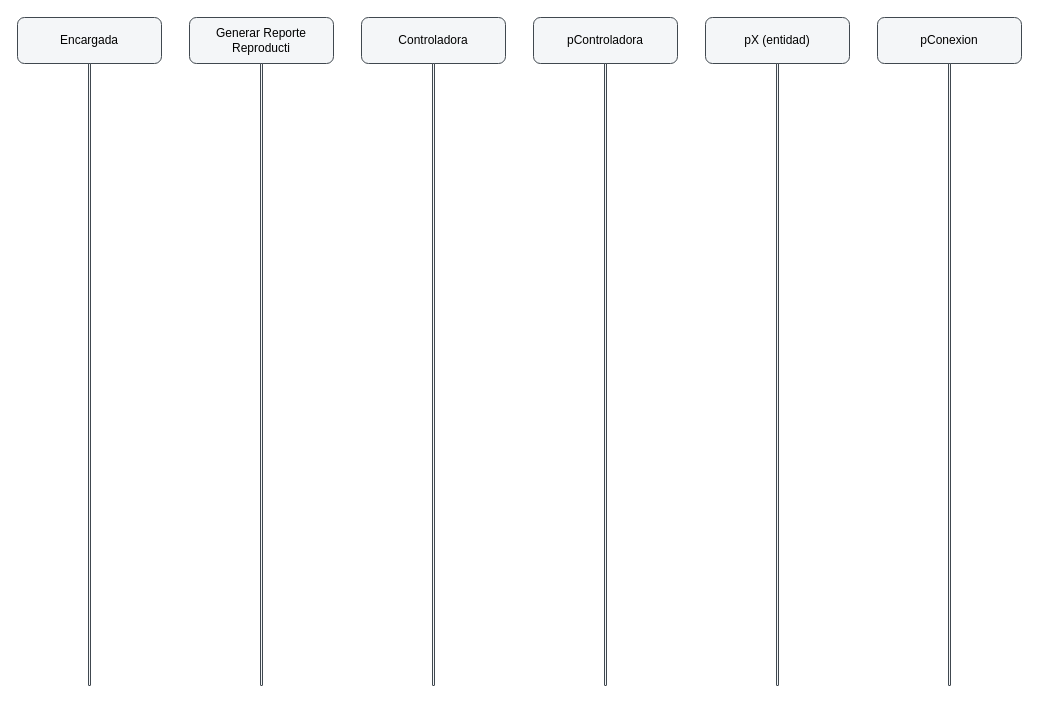
Before: docs/diagramas/secuencia/secuencia-cu46.drawio in santinodelmonte/Tesis, a draw.io diagram. Source tidied: cells renumbered, new cells numbered last; positions are measured from the earlier drawing's top-left corner, leaving out a move shared by most shapes. Both pictures are drawn from the tidied source at 100%, with x=0, y=0 at pixel (17, 17).
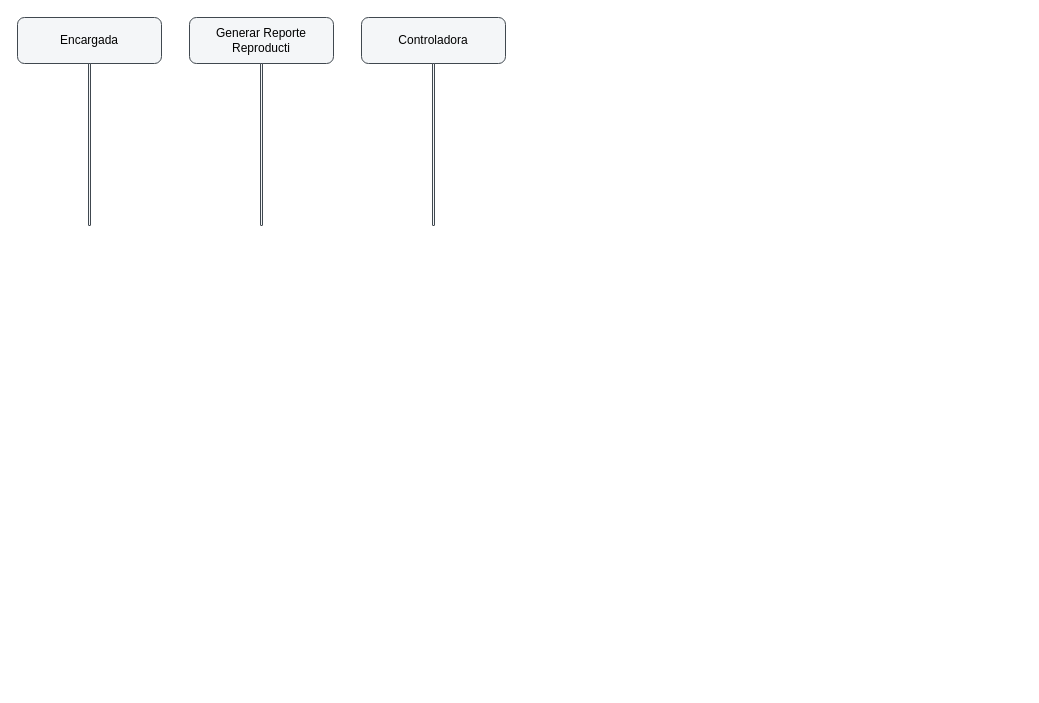
The same diagram, later.

Diff of the diagram source:
```diff
@@
 <mxGraphModel>
   <root>
     <mxCell id="0" />
     <mxCell id="1" parent="0" />
     <mxCell id="2" value="Encargada" style="rounded=1;whiteSpace=wrap;html=1;fillColor=#f4f6f8;strokeColor=#40484f;" parent="1" vertex="1">
       <mxGeometry width="144" height="46" as="geometry" />
     </mxCell>
     <mxCell id="3" style="rounded=1;whiteSpace=wrap;html=1;fillColor=#f4f6f8;strokeColor=#40484f;" parent="1" vertex="1">
-      <mxGeometry x="71" y="46" width="2" height="622" as="geometry" />
+      <mxGeometry x="71" y="46" width="2" height="162" as="geometry" />
     </mxCell>
     <mxCell id="4" value="Generar Reporte Reproducti" style="rounded=1;whiteSpace=wrap;html=1;fillColor=#f4f6f8;strokeColor=#40484f;" parent="1" vertex="1">
       <mxGeometry x="172" width="144" height="46" as="geometry" />
     </mxCell>
     <mxCell id="5" style="rounded=1;whiteSpace=wrap;html=1;fillColor=#f4f6f8;strokeColor=#40484f;" parent="1" vertex="1">
-      <mxGeometry x="243" y="46" width="2" height="622" as="geometry" />
+      <mxGeometry x="243" y="46" width="2" height="162" as="geometry" />
     </mxCell>
     <mxCell id="6" value="Controladora" style="rounded=1;whiteSpace=wrap;html=1;fillColor=#f4f6f8;strokeColor=#40484f;" parent="1" vertex="1">
       <mxGeometry x="344" width="144" height="46" as="geometry" />
     </mxCell>
     <mxCell id="7" style="rounded=1;whiteSpace=wrap;html=1;fillColor=#f4f6f8;strokeColor=#40484f;" parent="1" vertex="1">
-      <mxGeometry x="415" y="46" width="2" height="622" as="geometry" />
+      <mxGeometry x="415" y="46" width="2" height="162" as="geometry" />
     </mxCell>
-    <mxCell id="8" value="pControladora" style="rounded=1;whiteSpace=wrap;html=1;fillColor=#f4f6f8;strokeColor=#40484f;" parent="1" vertex="1">
-      <mxGeometry x="516" width="144" height="46" as="geometry" />
-    </mxCell>
-    <mxCell id="9" style="rounded=1;whiteSpace=wrap;html=1;fillColor=#f4f6f8;strokeColor=#40484f;" parent="1" vertex="1">
-      <mxGeometry x="587" y="46" width="2" height="622" as="geometry" />
-    </mxCell>
-    <mxCell id="10" value="pX (entidad)" style="rounded=1;whiteSpace=wrap;html=1;fillColor=#f4f6f8;strokeColor=#40484f;" parent="1" vertex="1">
-      <mxGeometry x="688" width="144" height="46" as="geometry" />
-    </mxCell>
-    <mxCell id="11" style="rounded=1;whiteSpace=wrap;html=1;fillColor=#f4f6f8;strokeColor=#40484f;" parent="1" vertex="1">
-      <mxGeometry x="759" y="46" width="2" height="622" as="geometry" />
-    </mxCell>
-    <mxCell id="12" value="pConexion" style="rounded=1;whiteSpace=wrap;html=1;fillColor=#f4f6f8;strokeColor=#40484f;" parent="1" vertex="1">
-      <mxGeometry x="860" width="144" height="46" as="geometry" />
-    </mxCell>
-    <mxCell id="13" style="rounded=1;whiteSpace=wrap;html=1;fillColor=#f4f6f8;strokeColor=#40484f;" parent="1" vertex="1">
-      <mxGeometry x="931" y="46" width="2" height="622" as="geometry" />
-    </mxCell>
   </root>
 </mxGraphModel>
```
